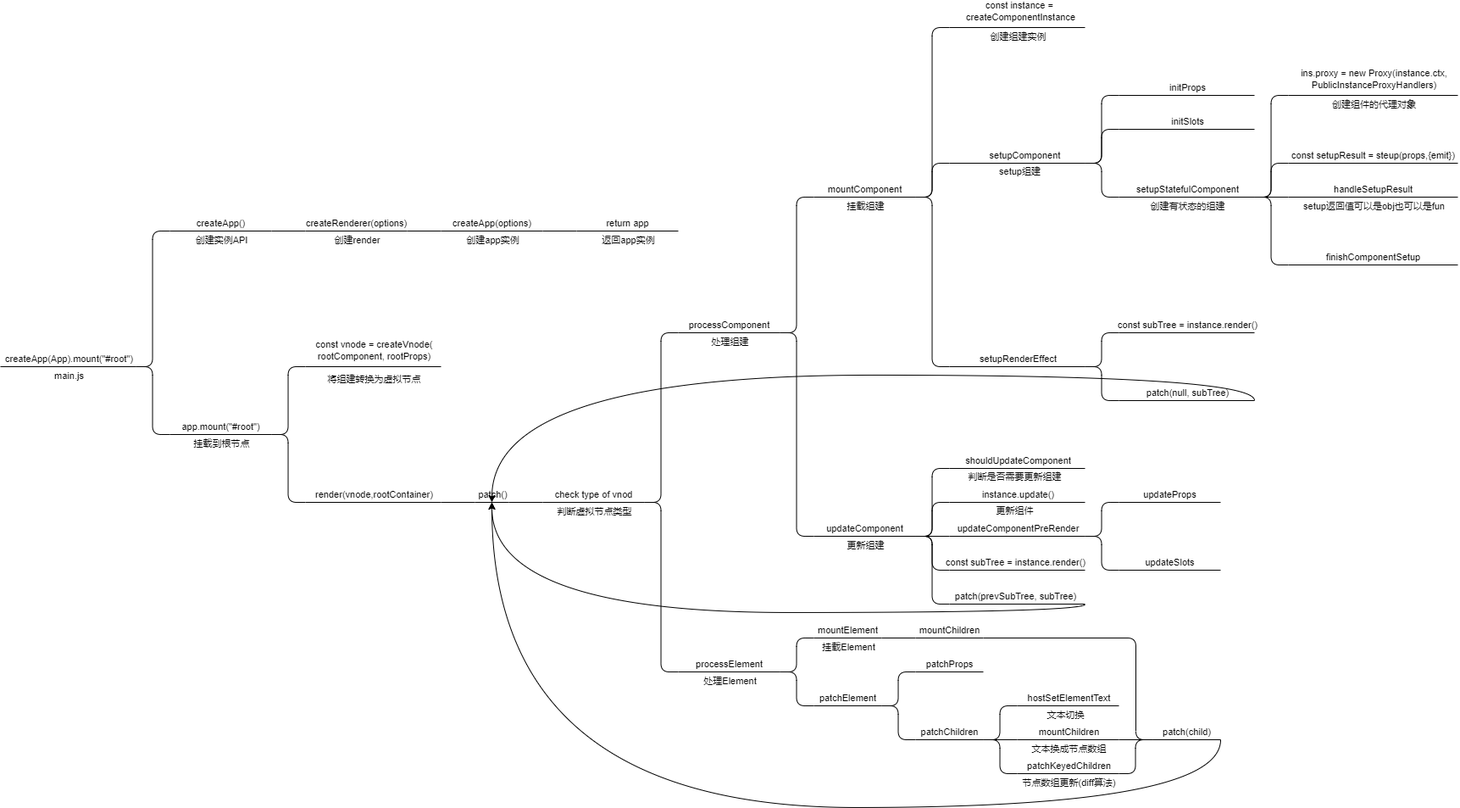
This is docs/.vuepress/public/images/VUE3SourceCode/runtime.drawio.png from Roman-29/Blog, a draw.io export, as it was before one commit. Source tidied: cells renumbered, new cells last; positions are measured from the earlier drawing's top-left corner, leaving out a move shared by most shapes.
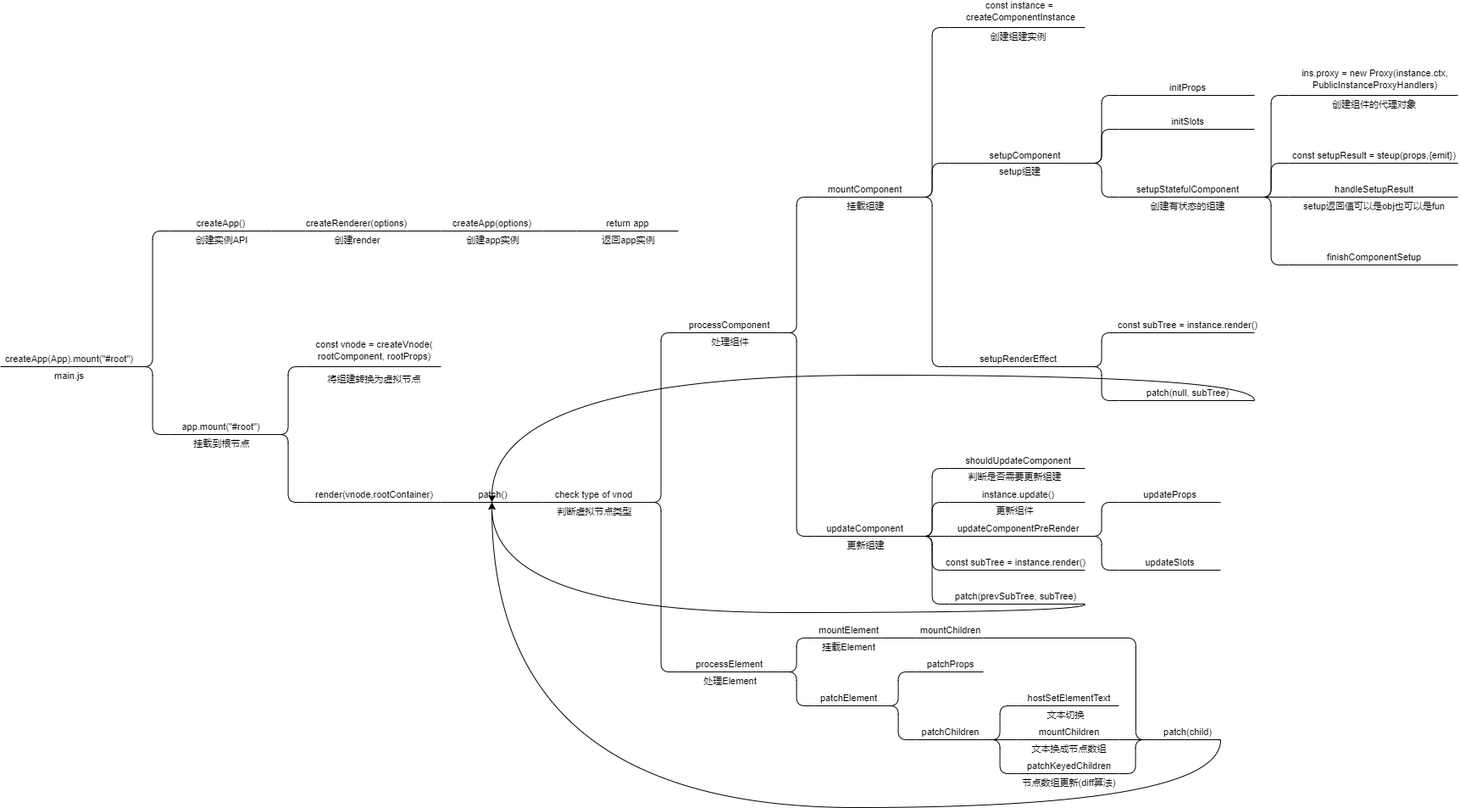
Above is the later version.

Change to the diagram source:
```diff
@@ -96,7 +96,7 @@
     <mxCell id="19" value="将组建转换为虚拟节点" style="edgeLabel;html=1;align=center;verticalAlign=middle;" parent="1" vertex="1">
       <mxGeometry x="440" y="414" as="geometry" />
     </mxCell>
-    <mxCell id="20" value="处理组建" style="edgeLabel;html=1;align=center;verticalAlign=middle;" parent="1" vertex="1">
+    <mxCell id="20" value="处理组件" style="edgeLabel;html=1;align=center;verticalAlign=middle;" parent="1" vertex="1">
       <mxGeometry x="860" y="370" as="geometry" />
     </mxCell>
     <mxCell id="21" value="判断虚拟节点类型" style="edgeLabel;html=1;align=center;verticalAlign=middle;" parent="1" vertex="1">
```
